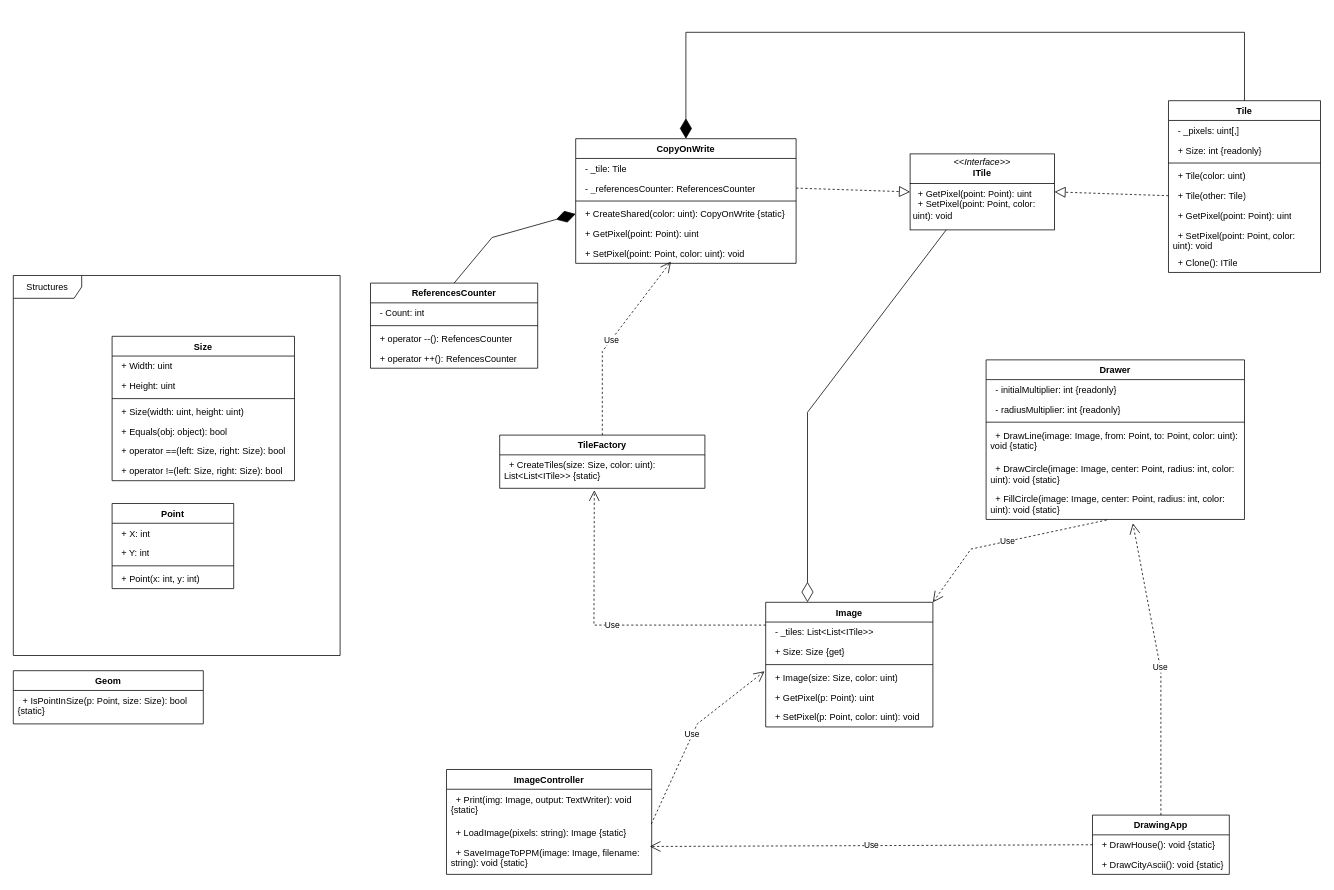
The draw.io diagram 9-lab/TiledImage.drawio in Accoie/OOD, before the edit. Source tidied: cells renumbered, new cells numbered last; positions are measured from the earlier drawing's top-left corner, leaving out a move shared by most shapes. Both pictures are drawn from the tidied source at 76%, with x=0, y=0 at pixel (13, 32).
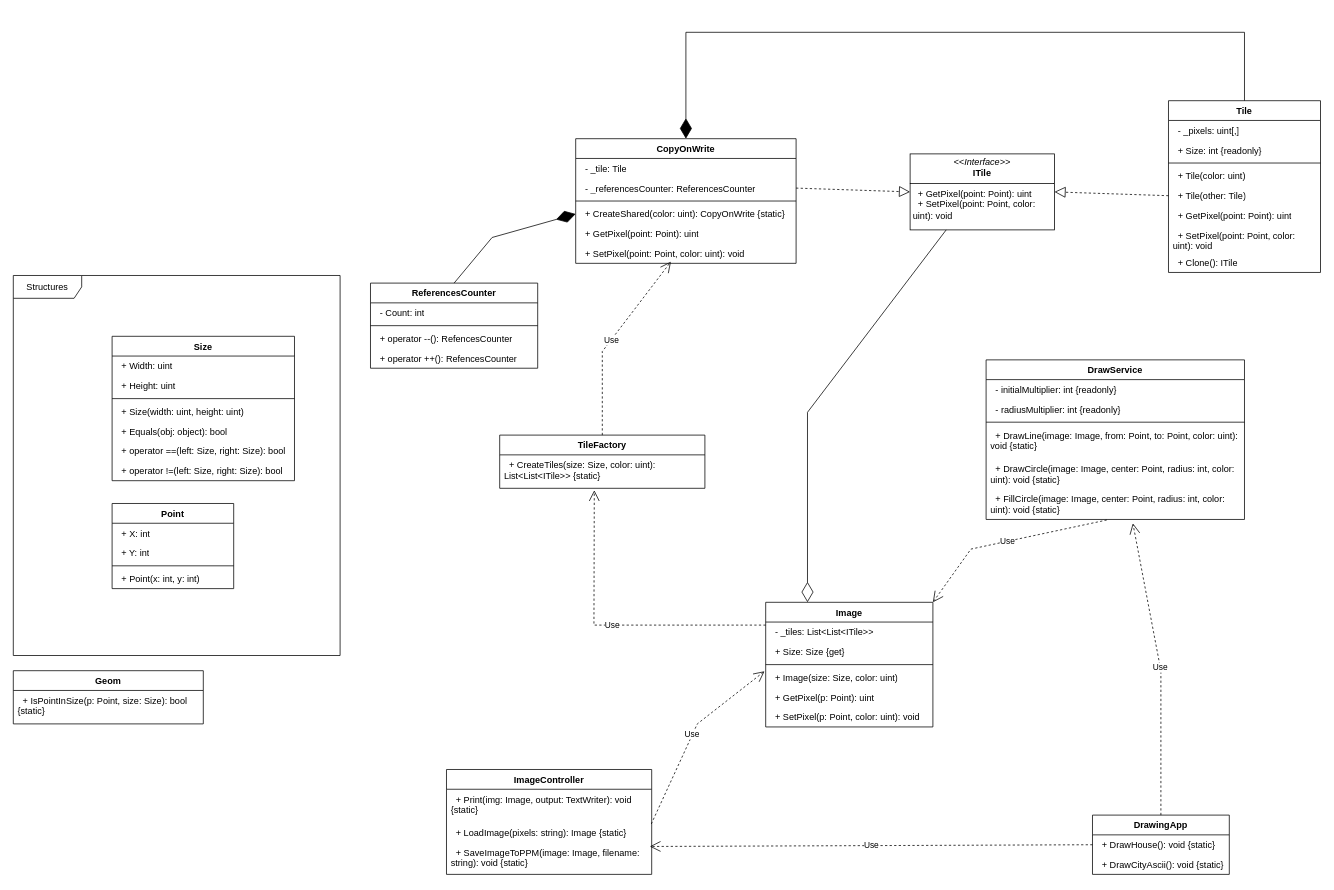
The same diagram, later.

Diff of the diagram source:
```diff
@@
-    <mxCell id="17" value="Drawer" style="swimlane;fontStyle=1;align=center;verticalAlign=top;horizontal=1;startSize=26;whiteSpace=wrap;html=1;" parent="1" vertex="1">
+    <mxCell id="17" value="DrawService" style="swimlane;fontStyle=1;align=center;verticalAlign=top;horizontal=1;startSize=26;whiteSpace=wrap;html=1;" parent="1" vertex="1">
       <mxGeometry x="1280" y="431" width="340" height="210" as="geometry" />
     </mxCell>
```
